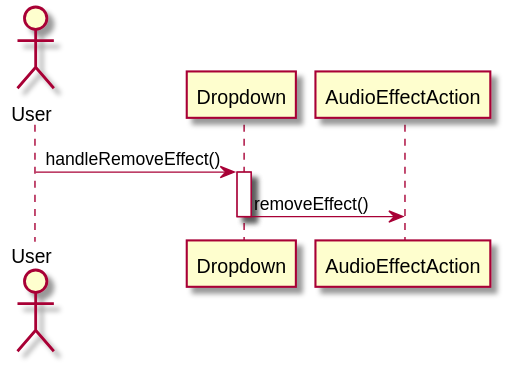
Before: out/sequence_diagram/deleteEffect/deleteEffect.svg, a diagram exported from PlantUML (austudio-team/austudio-uml-graph). The source it was exported from:
```plantuml
@startuml
actor User

User -> Dropdown: handleRemoveEffect()
activate Dropdown
Dropdown -> AudioEffectAction: removeEffect()
deactivate Dropdown
@enduml
```
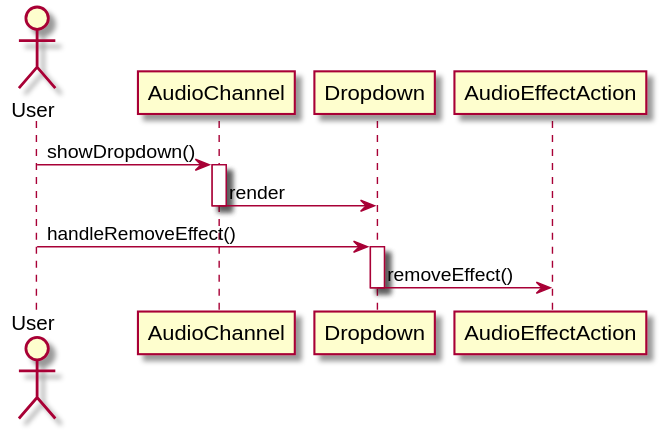
Above is the later version.

What changed in the source:
```diff
@@ -1,6 +1,10 @@
 @startuml
 actor User
 
+User -> AudioChannel: showDropdown()
+activate AudioChannel
+AudioChannel -> Dropdown: render
+deactivate AudioChannel
 User -> Dropdown: handleRemoveEffect()
 activate Dropdown
 Dropdown -> AudioEffectAction: removeEffect()
```
